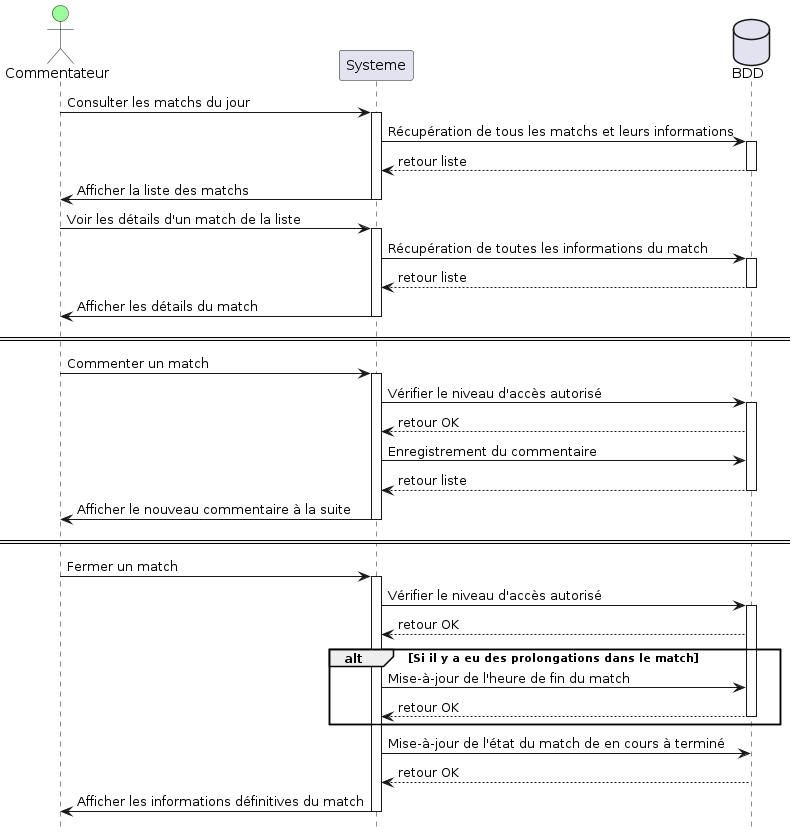
This is #documents/Diagramme de sequence - Commentateur.png from kcdln/Smash-Bowl, a PlantUML export, as it was before one commit.
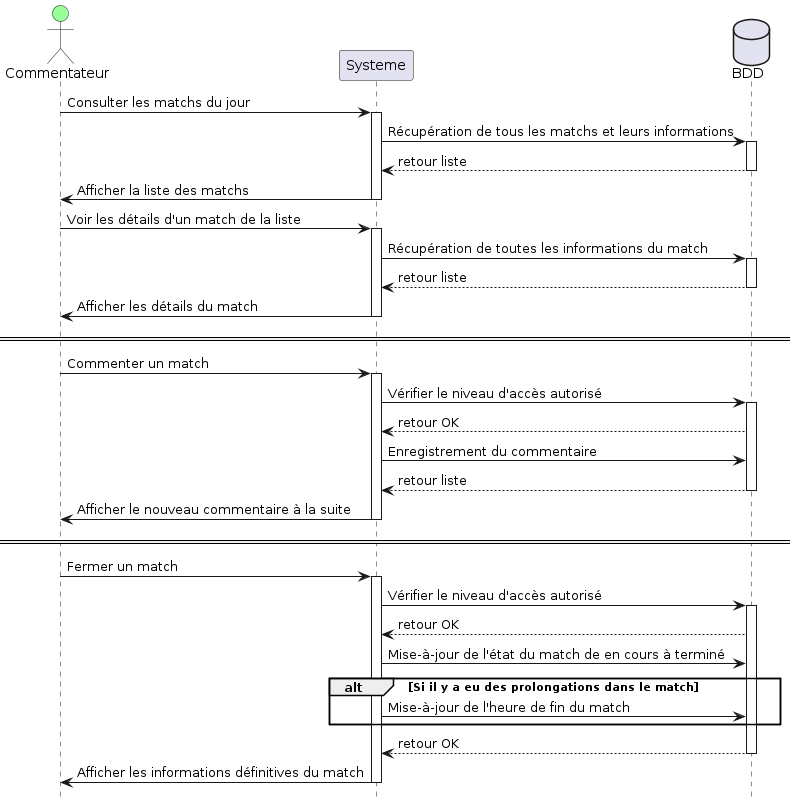
The same file after the commit.

Commit message:
Add "SuperBowlAdmin" usecase diagram & Update Admin one Minor changes into commentator sequential diagram, technical doc, etc.

What changed in the source:
```diff
@@ -38,12 +38,11 @@
 Systeme -> BDD ++ : Vérifier le niveau d'accès autorisé
 BDD --> Systeme: retour OK
 
+
+Systeme -> BDD : Mise-à-jour de l'état du match de en cours à terminé
 alt Si il y a eu des prolongations dans le match
   Systeme -> BDD : Mise-à-jour de l'heure de fin du match
-  BDD --> Systeme -- : retour OK
 end
-
-Systeme -> BDD : Mise-à-jour de l'état du match de en cours à terminé
 BDD --> Systeme -- : retour OK
 
 Systeme -> Commentateur -- : Afficher les informations définitives du match
```
